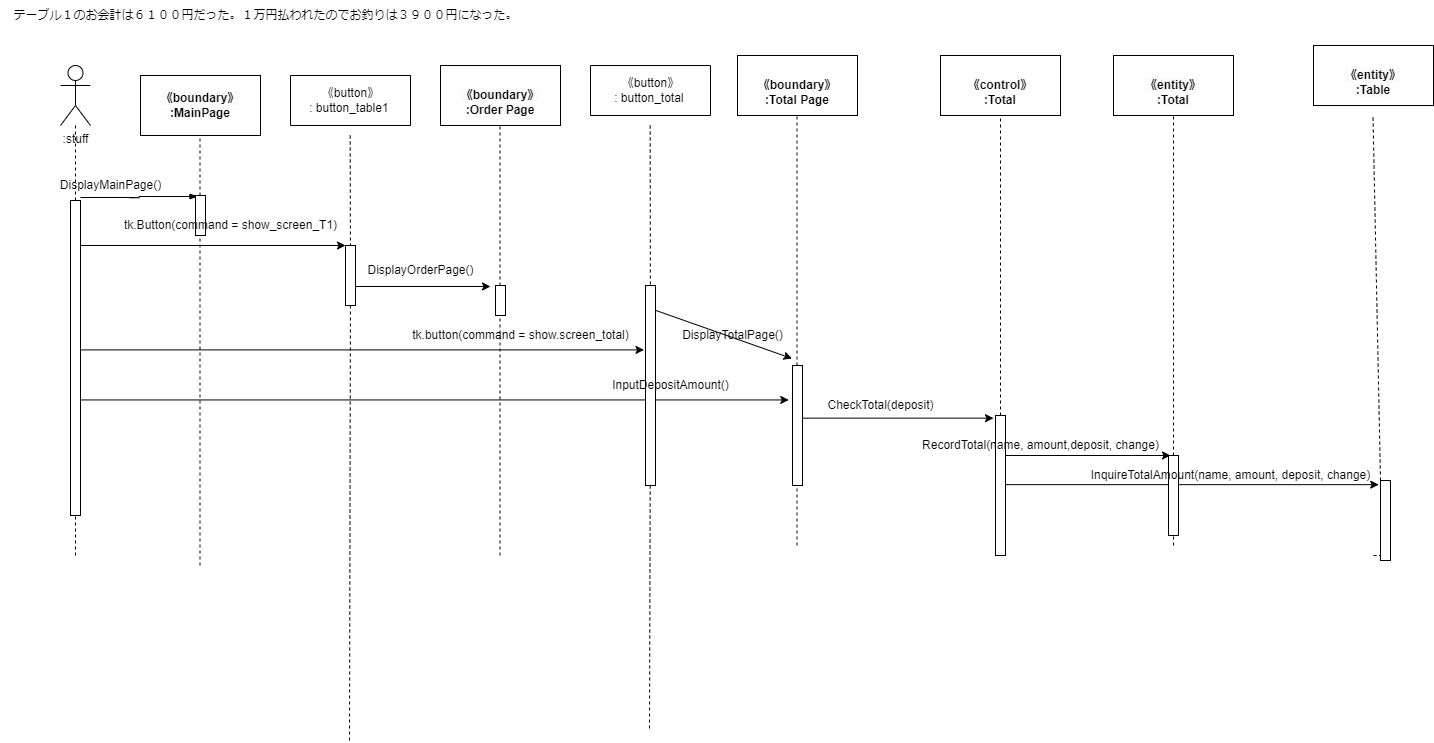
This is psp4/シーケンス図/シーケンス図_会計.drawio.png from MasakiHiguchi/---, a draw.io export, as it was before one commit. Source tidied: cells renumbered, new cells last; positions are measured from the earlier drawing's top-left corner, leaving out a move shared by most shapes.
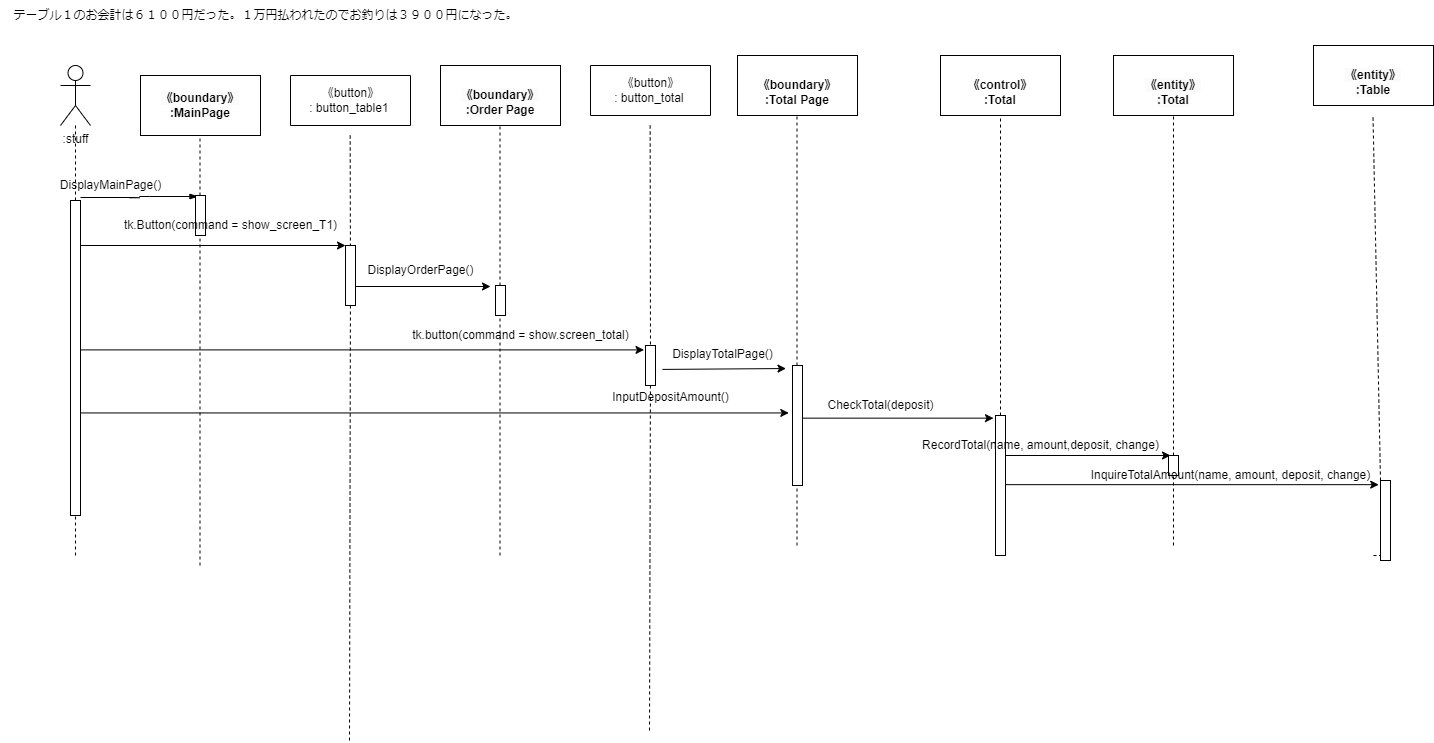
Later version of the same file.

Diff of the diagram source:
```diff
@@ -54,8 +54,11 @@
         <mxPoint x="643.5" y="349.4" as="targetPoint" />
       </mxGeometry>
     </mxCell>
-    <mxCell id="15" style="edgeStyle=none;html=1;entryX=-0.371;entryY=0.287;entryDx=0;entryDy=0;entryPerimeter=0;" parent="1" edge="1" source="16" target="24">
-      <mxGeometry relative="1" as="geometry" />
+    <mxCell id="15" style="edgeStyle=none;html=1;entryX=-0.371;entryY=0.287;entryDx=0;entryDy=0;entryPerimeter=0;" parent="1" edge="1">
+      <mxGeometry relative="1" as="geometry">
+        <mxPoint x="80" y="412.4" as="sourcePoint" />
+        <mxPoint x="788.3" y="412.4" as="targetPoint" />
+      </mxGeometry>
     </mxCell>
     <mxCell id="16" style="html=1;points=[];perimeter=orthogonalPerimeter;" parent="1" vertex="1">
       <mxGeometry x="70" y="200" width="10" height="315" as="geometry" />
@@ -122,7 +125,7 @@
       </mxGeometry>
     </mxCell>
     <mxCell id="32" style="html=1;points=[];perimeter=orthogonalPerimeter;" parent="1" vertex="1">
-      <mxGeometry x="1168" y="455" width="10" height="80" as="geometry" />
+      <mxGeometry x="1168" y="455" width="10" height="20" as="geometry" />
     </mxCell>
     <mxCell id="33" value="テーブル１のお会計は６１００円だった。１万円払われたのでお釣りは３９００円になった。" style="text;html=1;align=center;verticalAlign=middle;strokeColor=none;fillColor=none;" parent="1" vertex="1">
       <mxGeometry width="530" height="30" as="geometry" />
@@ -193,20 +196,23 @@
         <mxPoint x="649.7" y="125" as="sourcePoint" />
       </mxGeometry>
     </mxCell>
-    <mxCell id="51" style="edgeStyle=none;html=1;exitX=0.6;exitY=0.117;exitDx=0;exitDy=0;exitPerimeter=0;entryX=-0.05;entryY=-0.058;entryDx=0;entryDy=0;entryPerimeter=0;" parent="1" edge="1" source="52" target="24">
-      <mxGeometry relative="1" as="geometry" />
+    <mxCell id="51" style="edgeStyle=none;html=1;exitX=-0.034;exitY=1.297;exitDx=0;exitDy=0;exitPerimeter=0;entryX=-0.05;entryY=-0.058;entryDx=0;entryDy=0;entryPerimeter=0;" parent="1" edge="1">
+      <mxGeometry relative="1" as="geometry">
+        <mxPoint x="661.9" y="368.9" as="sourcePoint" />
+        <mxPoint x="785.5" y="368" as="targetPoint" />
+      </mxGeometry>
     </mxCell>
     <mxCell id="52" style="rounded=0;whiteSpace=wrap;html=1;" parent="1" vertex="1">
-      <mxGeometry x="645" y="285" width="10" height="200" as="geometry" />
+      <mxGeometry x="645" y="345" width="10" height="40" as="geometry" />
     </mxCell>
     <mxCell id="53" value="tk.button(command = show.screen_total)" style="text;html=1;align=center;verticalAlign=middle;strokeColor=none;fillColor=none;" parent="1" vertex="1">
       <mxGeometry x="400" y="320" width="240" height="30" as="geometry" />
     </mxCell>
     <mxCell id="54" value="DisplayTotalPage()" style="text;html=1;align=center;verticalAlign=middle;strokeColor=none;fillColor=none;" parent="1" vertex="1">
-      <mxGeometry x="672" y="320" width="120" height="30" as="geometry" />
+      <mxGeometry x="662" y="339" width="120" height="30" as="geometry" />
     </mxCell>
     <mxCell id="55" value="InputDepositAmount()" style="text;html=1;align=center;verticalAlign=middle;strokeColor=none;fillColor=none;" parent="1" vertex="1">
-      <mxGeometry x="600" y="370" width="140" height="30" as="geometry" />
+      <mxGeometry x="600" y="382" width="140" height="30" as="geometry" />
     </mxCell>
     <mxCell id="56" value="CheckTotal(deposit)" style="text;html=1;align=center;verticalAlign=middle;strokeColor=none;fillColor=none;" parent="1" vertex="1">
       <mxGeometry x="815" y="390" width="130" height="30" as="geometry" />
```
